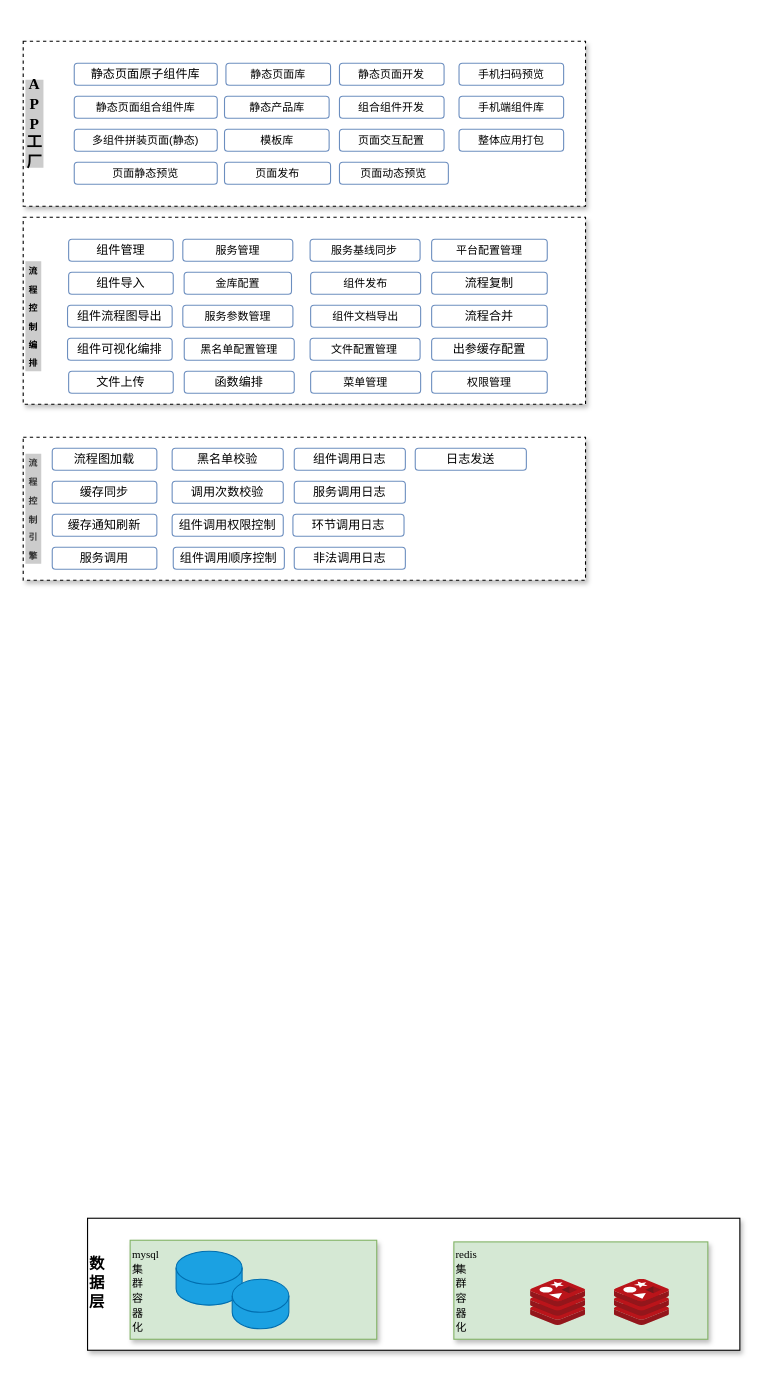
Above: page "功能架构" (10 of 11) of 流控.drawio in qymmdj/draw-io (draw.io), before the change. Source tidied: cells renumbered, new cells numbered last; positions are measured from the earlier drawing's top-left corner, leaving out a move shared by most shapes. Both pictures are drawn from the tidied source at 110%, with x=0, y=0 at pixel (23, 41).
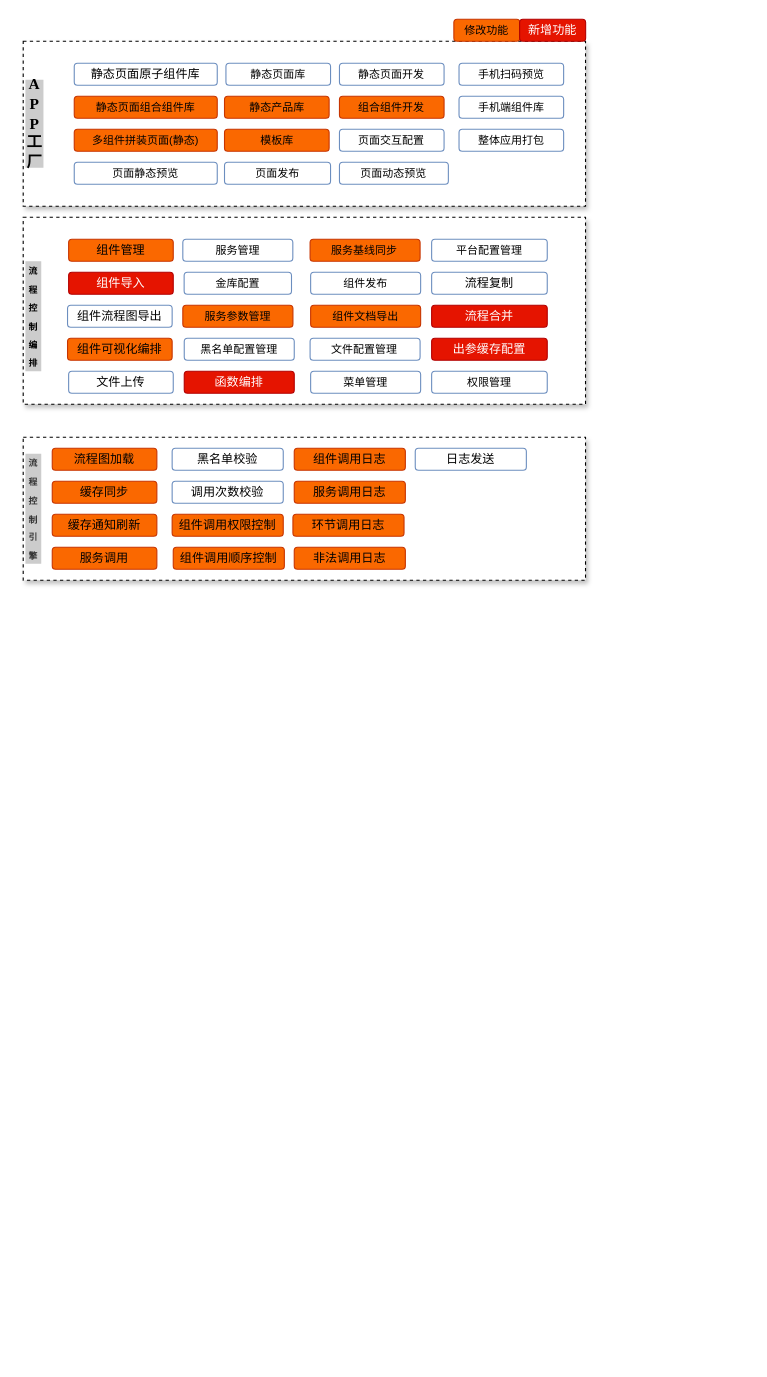
After the change.

The edit, as a diff of the source:
```diff
@@
-    <mxCell id="3" value="&lt;font style=&quot;font-size: 11px&quot;&gt;组件管理&lt;/font&gt;" style="rounded=1;whiteSpace=wrap;html=1;fontSize=10;shadow=0;fillColor=none;strokeColor=#6c8ebf;" parent="1" vertex="1">
+    <mxCell id="3" value="&lt;font style=&quot;font-size: 11px&quot;&gt;组件管理&lt;/font&gt;" style="rounded=1;whiteSpace=wrap;html=1;fontSize=10;shadow=0;fillColor=#fa6800;strokeColor=#C73500;fontColor=#000000;" parent="1" vertex="1">
       <mxGeometry x="40.9" y="180" width="95.1" height="20" as="geometry" />
     </mxCell>
@@
-    <mxCell id="5" value="数&lt;br style=&quot;font-size: 14px;&quot;&gt;据&lt;br style=&quot;font-size: 14px;&quot;&gt;层" style="rounded=0;whiteSpace=wrap;html=1;labelBackgroundColor=default;labelBorderColor=none;fontFamily=Times New Roman;fontSize=14;align=left;fontStyle=1;shadow=1;" parent="1" vertex="1">
-      <mxGeometry x="58.1" y="1070" width="593" height="120" as="geometry" />
-    </mxCell>
-    <mxCell id="6" value="&lt;font style=&quot;font-size: 10px&quot; face=&quot;Times New Roman&quot;&gt;redis&lt;br&gt;集&lt;br&gt;群&lt;br&gt;容&lt;br&gt;器&lt;br&gt;化&lt;/font&gt;" style="rounded=0;whiteSpace=wrap;html=1;fontSize=11;align=left;horizontal=1;verticalAlign=middle;fillColor=#d5e8d4;strokeColor=#82b366;shadow=1;" parent="1" vertex="1">
-      <mxGeometry x="391.1" y="1091.5" width="230.9" height="88.5" as="geometry" />
-    </mxCell>
-    <mxCell id="7" value="&lt;font style=&quot;font-size: 10px&quot; face=&quot;Times New Roman&quot;&gt;mysql&lt;br&gt;集&lt;br&gt;群&lt;br&gt;容&lt;br&gt;器&lt;br&gt;化&lt;/font&gt;" style="rounded=0;whiteSpace=wrap;html=1;fontSize=11;align=left;horizontal=1;verticalAlign=top;fillColor=#d5e8d4;strokeColor=#82b366;shadow=1;" parent="1" vertex="1">
-      <mxGeometry x="96.8" y="1090" width="224.2" height="90" as="geometry" />
-    </mxCell>
-    <mxCell id="8" style="sketch=0;html=1;align=center;image;fontSize=12;image=img/lib/mscae/Cache_Redis_Product.svg;rounded=1;fontFamily=Times New Roman;" parent="1" vertex="1">
-      <mxGeometry x="460.9" y="1125.5" width="50" height="42" as="geometry" />
-    </mxCell>
-    <mxCell id="9" style="sketch=0;html=1;align=center;image;fontSize=12;image=img/lib/mscae/Cache_Redis_Product.svg;rounded=1;fontFamily=Times New Roman;" parent="1" vertex="1">
-      <mxGeometry x="537.1" y="1125.5" width="50" height="42" as="geometry" />
-    </mxCell>
-    <mxCell id="10" style="shape=cylinder3;whiteSpace=wrap;html=1;boundedLbl=1;backgroundOutline=1;size=15;rounded=1;fontFamily=Times New Roman;fontSize=10;fillColor=#1ba1e2;fontColor=#ffffff;strokeColor=#006EAF;" parent="1" vertex="1">
-      <mxGeometry x="138.6" y="1100" width="60" height="49" as="geometry" />
-    </mxCell>
-    <mxCell id="11" style="shape=cylinder3;whiteSpace=wrap;html=1;boundedLbl=1;backgroundOutline=1;size=15;rounded=1;fontFamily=Times New Roman;fontSize=10;fillColor=#1ba1e2;fontColor=#ffffff;strokeColor=#006EAF;" parent="1" vertex="1">
-      <mxGeometry x="189.6" y="1125.5" width="51.5" height="45" as="geometry" />
-    </mxCell>
@@
-    <mxCell id="19" value="&lt;div&gt;&lt;span style=&quot;font-size: 10px&quot;&gt;静态页面组合组件库&lt;/span&gt;&lt;/div&gt;" style="rounded=1;whiteSpace=wrap;html=1;fontSize=10;fillColor=none;strokeColor=#6c8ebf;shadow=0;" parent="1" vertex="1">
+    <mxCell id="19" value="&lt;div&gt;&lt;span style=&quot;font-size: 10px&quot;&gt;静态页面组合组件库&lt;/span&gt;&lt;/div&gt;" style="rounded=1;whiteSpace=wrap;html=1;fontSize=10;fillColor=#fa6800;strokeColor=#C73500;shadow=0;fontColor=#000000;" parent="1" vertex="1">
       <mxGeometry x="46" y="50" width="130" height="20" as="geometry" />
     </mxCell>
-    <mxCell id="20" value="多组件拼装页面(静态)" style="rounded=1;whiteSpace=wrap;html=1;fontSize=10;fillColor=none;strokeColor=#6c8ebf;shadow=0;" parent="1" vertex="1">
+    <mxCell id="20" value="多组件拼装页面(静态)" style="rounded=1;whiteSpace=wrap;html=1;fontSize=10;fillColor=#fa6800;strokeColor=#C73500;shadow=0;fontColor=#000000;" parent="1" vertex="1">
       <mxGeometry x="46" y="80" width="130" height="20" as="geometry" />
     </mxCell>
-    <mxCell id="21" value="静态产品库" style="rounded=1;whiteSpace=wrap;html=1;fontSize=10;fillColor=none;strokeColor=#6c8ebf;shadow=0;" parent="1" vertex="1">
+    <mxCell id="21" value="静态产品库" style="rounded=1;whiteSpace=wrap;html=1;fontSize=10;fillColor=#fa6800;strokeColor=#C73500;shadow=0;fontColor=#000000;" parent="1" vertex="1">
       <mxGeometry x="182.6" y="50" width="95.1" height="20" as="geometry" />
     </mxCell>
-    <mxCell id="22" value="模板库" style="rounded=1;whiteSpace=wrap;html=1;fontSize=10;fillColor=none;strokeColor=#6c8ebf;shadow=0;" parent="1" vertex="1">
+    <mxCell id="22" value="模板库" style="rounded=1;whiteSpace=wrap;html=1;fontSize=10;fillColor=#fa6800;strokeColor=#C73500;shadow=0;fontColor=#000000;" parent="1" vertex="1">
       <mxGeometry x="182.6" y="80" width="95.1" height="20" as="geometry" />
     </mxCell>
@@
-    <mxCell id="25" value="组合组件开发" style="rounded=1;whiteSpace=wrap;html=1;fontSize=10;fillColor=none;strokeColor=#6c8ebf;shadow=0;" parent="1" vertex="1">
+    <mxCell id="25" value="组合组件开发" style="rounded=1;whiteSpace=wrap;html=1;fontSize=10;fillColor=#fa6800;strokeColor=#C73500;shadow=0;fontColor=#000000;" parent="1" vertex="1">
       <mxGeometry x="287.1" y="50" width="95.1" height="20" as="geometry" />
     </mxCell>
@@
-    <mxCell id="34" value="服务参数管理" style="rounded=1;whiteSpace=wrap;html=1;fontSize=10;shadow=0;fillColor=none;strokeColor=#6c8ebf;" parent="1" vertex="1">
+    <mxCell id="34" value="服务参数管理" style="rounded=1;whiteSpace=wrap;html=1;fontSize=10;shadow=0;fillColor=#fa6800;strokeColor=#C73500;fontColor=#000000;" parent="1" vertex="1">
       <mxGeometry x="144.7" y="240" width="100.1" height="20" as="geometry" />
     </mxCell>
-    <mxCell id="35" value="&lt;font style=&quot;font-size: 11px&quot;&gt;组件导入&lt;/font&gt;" style="rounded=1;whiteSpace=wrap;html=1;fontSize=10;shadow=0;fillColor=none;strokeColor=#6c8ebf;" parent="1" vertex="1">
+    <mxCell id="35" value="&lt;font style=&quot;font-size: 11px&quot;&gt;组件导入&lt;/font&gt;" style="rounded=1;whiteSpace=wrap;html=1;fontSize=10;shadow=0;fillColor=#e51400;strokeColor=#B20000;fontColor=#ffffff;" parent="1" vertex="1">
       <mxGeometry x="40.9" y="210" width="95.1" height="20" as="geometry" />
     </mxCell>
@@
-    <mxCell id="37" value="&lt;font style=&quot;font-size: 11px&quot;&gt;组件可视化编排&lt;/font&gt;" style="rounded=1;whiteSpace=wrap;html=1;fontSize=10;shadow=0;fillColor=none;strokeColor=#6c8ebf;" parent="1" vertex="1">
+    <mxCell id="37" value="&lt;font style=&quot;font-size: 11px&quot;&gt;组件可视化编排&lt;/font&gt;" style="rounded=1;whiteSpace=wrap;html=1;fontSize=10;shadow=0;fillColor=#fa6800;strokeColor=#C73500;fontColor=#000000;" parent="1" vertex="1">
       <mxGeometry x="39.9" y="270" width="95.1" height="20" as="geometry" />
     </mxCell>
@@
-    <mxCell id="39" value="&lt;font style=&quot;font-size: 11px&quot;&gt;流程合并&lt;/font&gt;" style="rounded=1;whiteSpace=wrap;html=1;fontSize=10;shadow=0;fillColor=none;strokeColor=#6c8ebf;" parent="1" vertex="1">
+    <mxCell id="39" value="&lt;font style=&quot;font-size: 11px&quot;&gt;流程合并&lt;/font&gt;" style="rounded=1;whiteSpace=wrap;html=1;fontSize=10;shadow=0;fillColor=#e51400;strokeColor=#B20000;fontColor=#ffffff;" parent="1" vertex="1">
       <mxGeometry x="370.9" y="240" width="105.1" height="20" as="geometry" />
     </mxCell>
@@
-    <mxCell id="41" value="服务基线同步" style="rounded=1;whiteSpace=wrap;html=1;fontSize=10;shadow=0;fillColor=none;strokeColor=#6c8ebf;" parent="1" vertex="1">
+    <mxCell id="41" value="服务基线同步" style="rounded=1;whiteSpace=wrap;html=1;fontSize=10;shadow=0;fillColor=#fa6800;strokeColor=#C73500;fontColor=#000000;" parent="1" vertex="1">
       <mxGeometry x="260.4" y="180" width="100" height="20" as="geometry" />
     </mxCell>
@@
-    <mxCell id="43" value="组件文档导出" style="rounded=1;whiteSpace=wrap;html=1;fontSize=10;shadow=0;fillColor=none;strokeColor=#6c8ebf;" parent="1" vertex="1">
+    <mxCell id="43" value="组件文档导出" style="rounded=1;whiteSpace=wrap;html=1;fontSize=10;shadow=0;fillColor=#fa6800;strokeColor=#C73500;fontColor=#000000;" parent="1" vertex="1">
       <mxGeometry x="260.9" y="240" width="100" height="20" as="geometry" />
     </mxCell>
-    <mxCell id="44" value="&lt;font style=&quot;font-size: 11px&quot;&gt;出参缓存配置&lt;/font&gt;" style="rounded=1;whiteSpace=wrap;html=1;fontSize=10;shadow=0;fillColor=none;strokeColor=#6c8ebf;" parent="1" vertex="1">
+    <mxCell id="44" value="&lt;font style=&quot;font-size: 11px&quot;&gt;出参缓存配置&lt;/font&gt;" style="rounded=1;whiteSpace=wrap;html=1;fontSize=10;shadow=0;fillColor=#e51400;strokeColor=#B20000;fontColor=#ffffff;" parent="1" vertex="1">
       <mxGeometry x="370.9" y="270" width="105.1" height="20" as="geometry" />
     </mxCell>
@@
-    <mxCell id="46" value="&lt;font style=&quot;font-size: 11px&quot;&gt;函数编排&lt;/font&gt;" style="rounded=1;whiteSpace=wrap;html=1;fontSize=10;shadow=0;fillColor=none;strokeColor=#6c8ebf;" parent="1" vertex="1">
+    <mxCell id="46" value="&lt;font style=&quot;font-size: 11px&quot;&gt;函数编排&lt;/font&gt;" style="rounded=1;whiteSpace=wrap;html=1;fontSize=10;shadow=0;fillColor=#e51400;strokeColor=#B20000;fontColor=#ffffff;" parent="1" vertex="1">
       <mxGeometry x="146" y="300" width="100" height="20" as="geometry" />
     </mxCell>
@@
-    <mxCell id="50" value="&lt;font style=&quot;font-size: 11px&quot;&gt;流程图加载&lt;/font&gt;" style="rounded=1;whiteSpace=wrap;html=1;fontSize=10;shadow=0;fillColor=none;strokeColor=#6c8ebf;" parent="1" vertex="1">
+    <mxCell id="50" value="&lt;font style=&quot;font-size: 11px&quot;&gt;流程图加载&lt;/font&gt;" style="rounded=1;whiteSpace=wrap;html=1;fontSize=10;shadow=0;fillColor=#fa6800;strokeColor=#C73500;fontColor=#000000;" parent="1" vertex="1">
       <mxGeometry x="26" y="370" width="95.1" height="20" as="geometry" />
     </mxCell>
-    <mxCell id="51" value="&lt;span style=&quot;font-size: 11px&quot;&gt;缓存同步&lt;/span&gt;" style="rounded=1;whiteSpace=wrap;html=1;fontSize=10;shadow=0;fillColor=none;strokeColor=#6c8ebf;" parent="1" vertex="1">
+    <mxCell id="51" value="&lt;span style=&quot;font-size: 11px&quot;&gt;缓存同步&lt;/span&gt;" style="rounded=1;whiteSpace=wrap;html=1;fontSize=10;shadow=0;fillColor=#fa6800;strokeColor=#C73500;fontColor=#000000;" parent="1" vertex="1">
       <mxGeometry x="26" y="400" width="95.1" height="20" as="geometry" />
     </mxCell>
-    <mxCell id="52" value="&lt;span style=&quot;font-size: 11px&quot;&gt;缓存通知刷新&lt;/span&gt;" style="rounded=1;whiteSpace=wrap;html=1;fontSize=10;shadow=0;fillColor=none;strokeColor=#6c8ebf;" parent="1" vertex="1">
+    <mxCell id="52" value="&lt;span style=&quot;font-size: 11px&quot;&gt;缓存通知刷新&lt;/span&gt;" style="rounded=1;whiteSpace=wrap;html=1;fontSize=10;shadow=0;fillColor=#fa6800;strokeColor=#C73500;fontColor=#000000;" parent="1" vertex="1">
       <mxGeometry x="26" y="430" width="95.1" height="20" as="geometry" />
     </mxCell>
-    <mxCell id="53" value="&lt;span style=&quot;font-size: 11px&quot;&gt;服务调用&lt;/span&gt;" style="rounded=1;whiteSpace=wrap;html=1;fontSize=10;shadow=0;fillColor=none;strokeColor=#6c8ebf;" parent="1" vertex="1">
+    <mxCell id="53" value="&lt;span style=&quot;font-size: 11px&quot;&gt;服务调用&lt;/span&gt;" style="rounded=1;whiteSpace=wrap;html=1;fontSize=10;shadow=0;fillColor=#fa6800;strokeColor=#C73500;fontColor=#000000;" parent="1" vertex="1">
       <mxGeometry x="26" y="460" width="95.1" height="20" as="geometry" />
     </mxCell>
@@
-    <mxCell id="55" value="&lt;span style=&quot;font-size: 11px&quot;&gt;组件调用权限控制&lt;/span&gt;" style="rounded=1;whiteSpace=wrap;html=1;fontSize=10;shadow=0;fillColor=none;strokeColor=#6c8ebf;" parent="1" vertex="1">
+    <mxCell id="55" value="&lt;span style=&quot;font-size: 11px&quot;&gt;组件调用权限控制&lt;/span&gt;" style="rounded=1;whiteSpace=wrap;html=1;fontSize=10;shadow=0;fillColor=#fa6800;strokeColor=#C73500;fontColor=#000000;" parent="1" vertex="1">
       <mxGeometry x="135" y="430" width="101" height="20" as="geometry" />
     </mxCell>
@@
-    <mxCell id="57" value="&lt;span style=&quot;font-size: 11px&quot;&gt;组件调用顺序控制&lt;/span&gt;" style="rounded=1;whiteSpace=wrap;html=1;fontSize=10;shadow=0;fillColor=none;strokeColor=#6c8ebf;" parent="1" vertex="1">
+    <mxCell id="57" value="&lt;span style=&quot;font-size: 11px&quot;&gt;组件调用顺序控制&lt;/span&gt;" style="rounded=1;whiteSpace=wrap;html=1;fontSize=10;shadow=0;fillColor=#fa6800;strokeColor=#C73500;fontColor=#000000;" parent="1" vertex="1">
       <mxGeometry x="136" y="460" width="101" height="20" as="geometry" />
     </mxCell>
-    <mxCell id="58" value="&lt;span style=&quot;font-size: 11px&quot;&gt;组件调用日志&lt;/span&gt;" style="rounded=1;whiteSpace=wrap;html=1;fontSize=10;shadow=0;fillColor=none;strokeColor=#6c8ebf;" parent="1" vertex="1">
+    <mxCell id="58" value="&lt;span style=&quot;font-size: 11px&quot;&gt;组件调用日志&lt;/span&gt;" style="rounded=1;whiteSpace=wrap;html=1;fontSize=10;shadow=0;fillColor=#fa6800;strokeColor=#C73500;fontColor=#000000;" parent="1" vertex="1">
       <mxGeometry x="246" y="370" width="101" height="20" as="geometry" />
     </mxCell>
-    <mxCell id="59" value="&lt;span style=&quot;font-size: 11px&quot;&gt;服务调用日志&lt;/span&gt;" style="rounded=1;whiteSpace=wrap;html=1;fontSize=10;shadow=0;fillColor=none;strokeColor=#6c8ebf;" parent="1" vertex="1">
+    <mxCell id="59" value="&lt;span style=&quot;font-size: 11px&quot;&gt;服务调用日志&lt;/span&gt;" style="rounded=1;whiteSpace=wrap;html=1;fontSize=10;shadow=0;fillColor=#fa6800;strokeColor=#C73500;fontColor=#000000;" parent="1" vertex="1">
       <mxGeometry x="246" y="400" width="101" height="20" as="geometry" />
     </mxCell>
-    <mxCell id="60" value="&lt;span style=&quot;font-size: 11px&quot;&gt;环节调用日志&lt;/span&gt;" style="rounded=1;whiteSpace=wrap;html=1;fontSize=10;shadow=0;fillColor=none;strokeColor=#6c8ebf;" parent="1" vertex="1">
+    <mxCell id="60" value="&lt;span style=&quot;font-size: 11px&quot;&gt;环节调用日志&lt;/span&gt;" style="rounded=1;whiteSpace=wrap;html=1;fontSize=10;shadow=0;fillColor=#fa6800;strokeColor=#C73500;fontColor=#000000;" parent="1" vertex="1">
       <mxGeometry x="244.8" y="430" width="101" height="20" as="geometry" />
     </mxCell>
@@
-    <mxCell id="62" value="&lt;span style=&quot;font-size: 11px&quot;&gt;非法调用日志&lt;/span&gt;" style="rounded=1;whiteSpace=wrap;html=1;fontSize=10;shadow=0;fillColor=none;strokeColor=#6c8ebf;" parent="1" vertex="1">
+    <mxCell id="62" value="&lt;span style=&quot;font-size: 11px&quot;&gt;非法调用日志&lt;/span&gt;" style="rounded=1;whiteSpace=wrap;html=1;fontSize=10;shadow=0;fillColor=#fa6800;strokeColor=#C73500;fontColor=#000000;" parent="1" vertex="1">
       <mxGeometry x="246" y="460" width="101" height="20" as="geometry" />
     </mxCell>
+    <mxCell id="63" value="修改功能" style="rounded=1;whiteSpace=wrap;html=1;fontSize=10;fillColor=#fa6800;strokeColor=#C73500;shadow=0;fontColor=#000000;" parent="1" vertex="1">
+      <mxGeometry x="391.1" y="-20" width="60" height="20" as="geometry" />
+    </mxCell>
+    <mxCell id="64" value="&lt;span style=&quot;font-size: 11px&quot;&gt;新增功能&lt;/span&gt;" style="rounded=1;whiteSpace=wrap;html=1;fontSize=10;shadow=0;fillColor=#e51400;strokeColor=#B20000;fontColor=#ffffff;" parent="1" vertex="1">
+      <mxGeometry x="450.9" y="-20" width="60" height="20" as="geometry" />
+    </mxCell>
```
